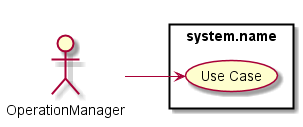
Earlier version of the PlantUML export docs/Actors/Operations-Manager/UseCases.png (CAADE/ADC).
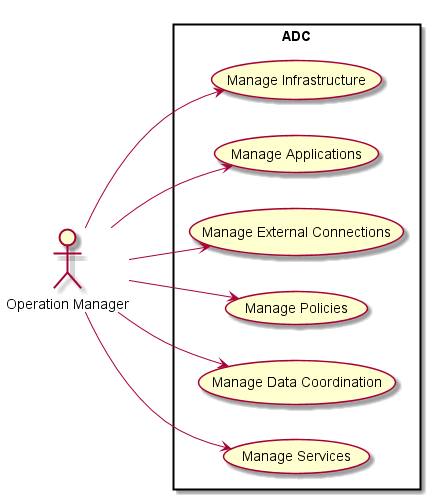
After the change.

Diff of the diagram source:
```diff
@@ -2,12 +2,22 @@
 
 left to right direction
 
-:OperationManager: as Actor
+:Operation Manager: as ops
 
-rectangle "system.name" {
-    (Use Case) as U1
+rectangle "ADC" {
+    (Manage Infrastructure) as MI
+    (Manage Applications) as MA
+    (Manage External Connections) as MEC
+    (Manage Policies) as MP
+    (Manage Data Coordination) as MDC
+    (Manage Services) as MS
 }
 
-Actor --> U1
+ops --> MI
+ops --> MA
+ops --> MEC
+ops --> MP
+ops --> MDC
+ops --> MS
 
 @enduml
```
